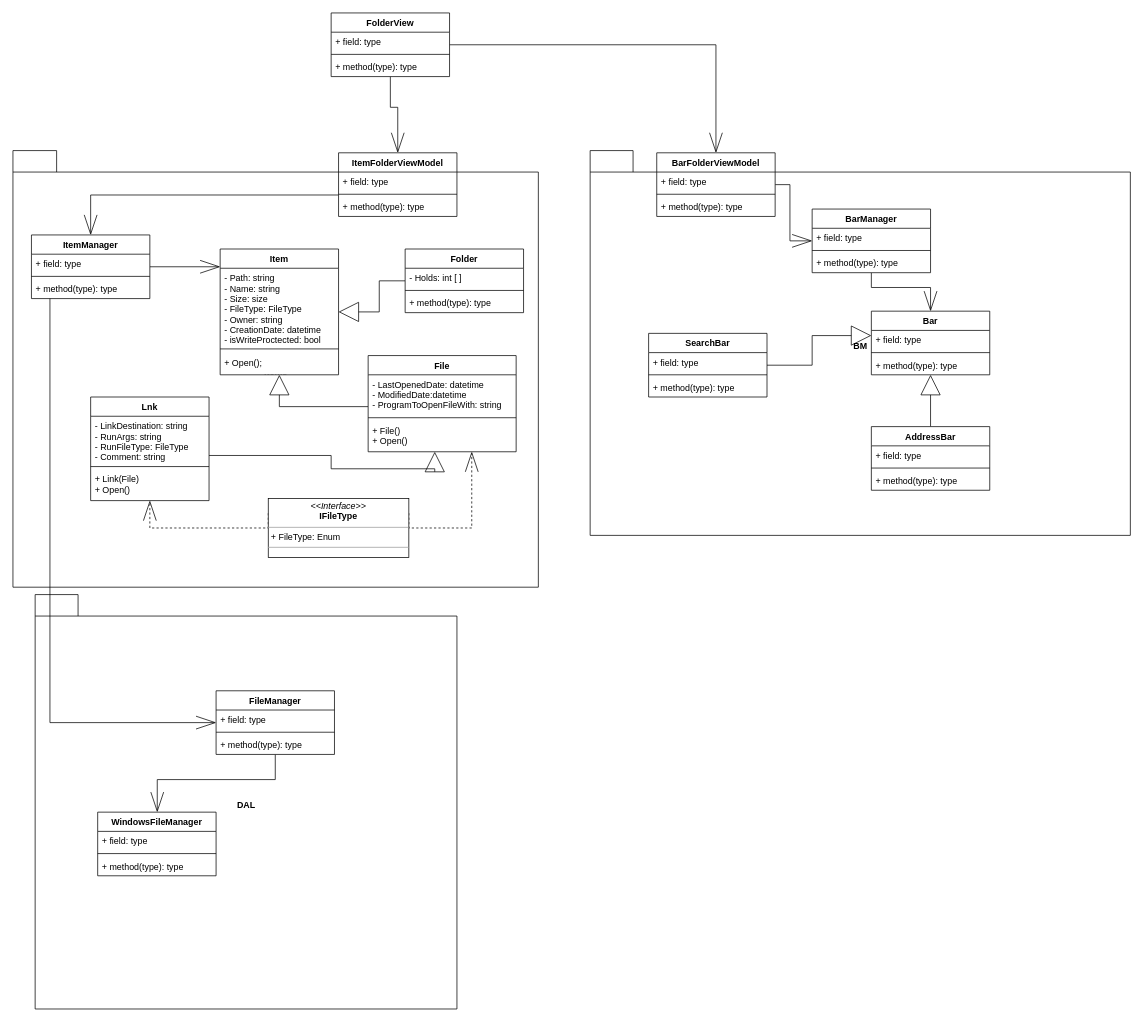
Above: Classdiagram.drawio in Caand95/File_Explorer (draw.io), before the change. Source tidied: cells renumbered, new cells numbered last; positions are measured from the earlier drawing's top-left corner, leaving out a move shared by most shapes. Both pictures are drawn from the tidied source at 74%, with x=0, y=0 at pixel (13, 13).
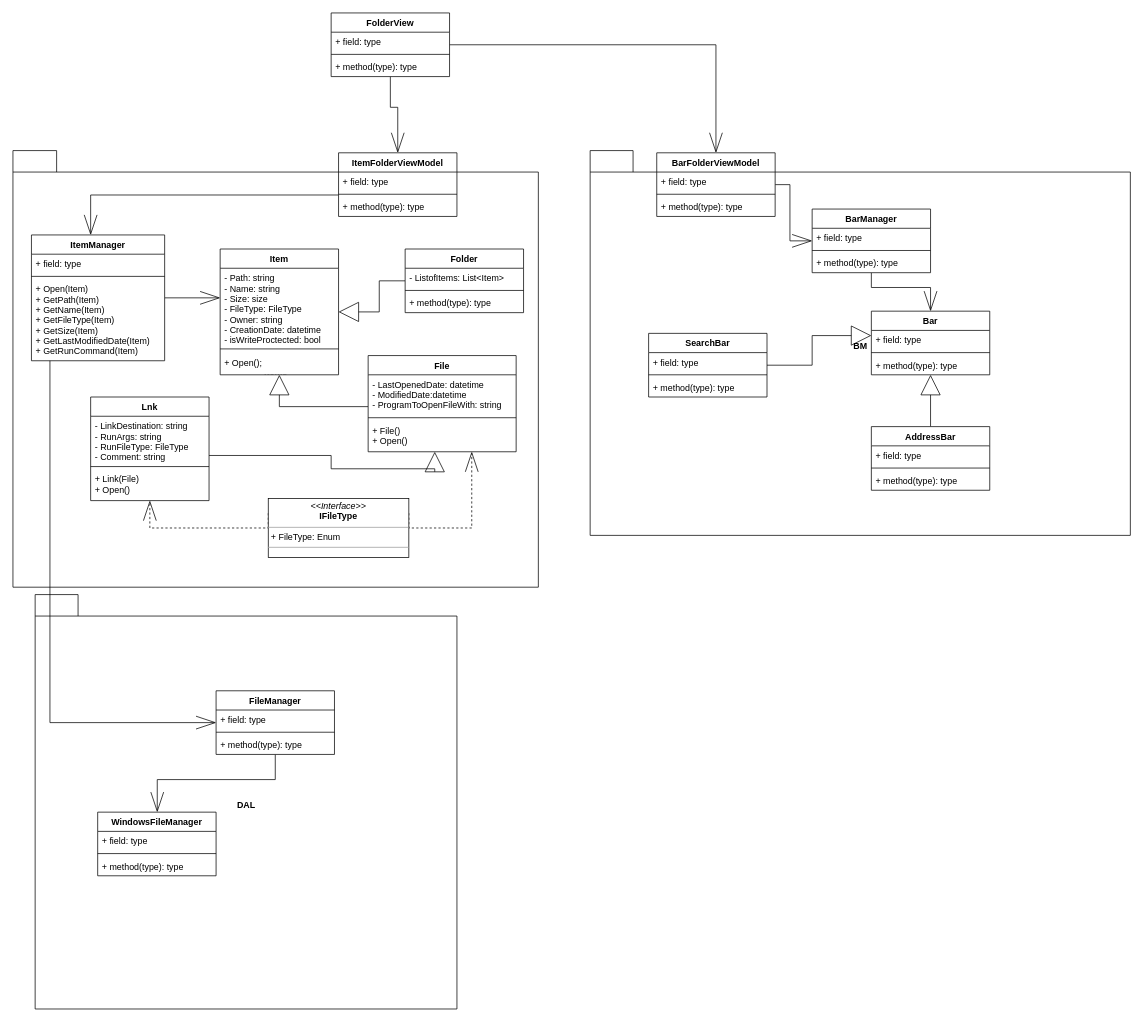
After the change.

Unchanged cells that the change refers to:
```xml
<mxCell id="20" value="Folder" style="swimlane;fontStyle=1;align=center;verticalAlign=top;horizontal=1;startSize=26;swimlaneFillColor=#ffffff;rounded=0;glass=0;comic=0;" parent="1" vertex="1">
  <mxGeometry x="530" y="319" width="160" height="86" as="geometry" />
</mxCell>
```

Diff of the diagram source:
```diff
@@
     <mxCell id="10" value="ItemManager" style="swimlane;fontStyle=1;align=center;verticalAlign=top;horizontal=1;startSize=26;swimlaneFillColor=#ffffff;rounded=0;glass=0;comic=0;" parent="1" vertex="1">
-      <mxGeometry x="25" y="300" width="160" height="86" as="geometry" />
+      <mxGeometry x="25" y="300" width="180" height="170" as="geometry" />
     </mxCell>
     <mxCell id="11" value="+ field: type" style="text;strokeColor=none;fillColor=none;align=left;verticalAlign=top;spacingLeft=4;spacingRight=4;overflow=hidden;" parent="10" vertex="1">
-      <mxGeometry y="26" width="160" height="26" as="geometry" />
+      <mxGeometry y="26" width="180" height="26" as="geometry" />
     </mxCell>
     <mxCell id="12" style="line;strokeWidth=1;fillColor=none;align=left;verticalAlign=middle;spacingTop=-1;spacingLeft=3;spacingRight=3;labelPosition=right;" parent="10" vertex="1">
-      <mxGeometry y="52" width="160" height="8" as="geometry" />
+      <mxGeometry y="52" width="180" height="8" as="geometry" />
     </mxCell>
-    <mxCell id="13" value="+ method(type): type" style="text;strokeColor=none;fillColor=none;align=left;verticalAlign=top;spacingLeft=4;spacingRight=4;overflow=hidden;" parent="10" vertex="1">
-      <mxGeometry y="60" width="160" height="26" as="geometry" />
+    <mxCell id="13" value="+ Open(Item)&#10;+ GetPath(Item)&#10;+ GetName(Item)&#10;+ GetFileType(Item)&#10;+ GetSize(Item)&#10;+ GetLastModifiedDate(Item)&#10;+ GetRunCommand(Item)&#10;" style="text;strokeColor=none;fillColor=none;align=left;verticalAlign=top;spacingLeft=4;spacingRight=4;overflow=hidden;" parent="10" vertex="1">
+      <mxGeometry y="60" width="180" height="110" as="geometry" />
     </mxCell>
@@
-    <mxCell id="21" value="- Holds: int [ ]" style="text;strokeColor=none;fillColor=none;align=left;verticalAlign=top;spacingLeft=4;spacingRight=4;overflow=hidden;" parent="20" vertex="1">
+    <mxCell id="21" value="- ListofItems: List&lt;Item&gt;" style="text;strokeColor=none;fillColor=none;align=left;verticalAlign=top;spacingLeft=4;spacingRight=4;overflow=hidden;" parent="20" vertex="1">
       <mxGeometry y="26" width="160" height="26" as="geometry" />
     </mxCell>
```
